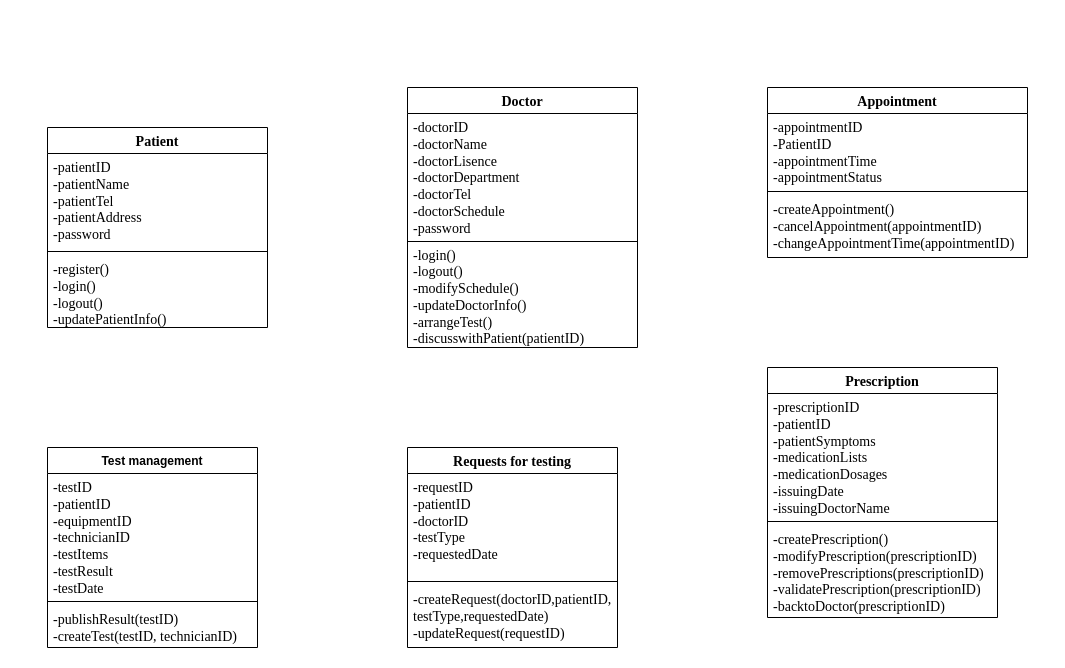
The draw.io diagram Class Diagram_Doctor.drawio in FOMOKN/Software-Engineering, before the edit. Source tidied: cells renumbered, new cells numbered last; positions are measured from the earlier drawing's top-left corner, leaving out a move shared by most shapes. Both pictures are drawn from the tidied source at 100%, with x=0, y=0 at pixel (47, 87).
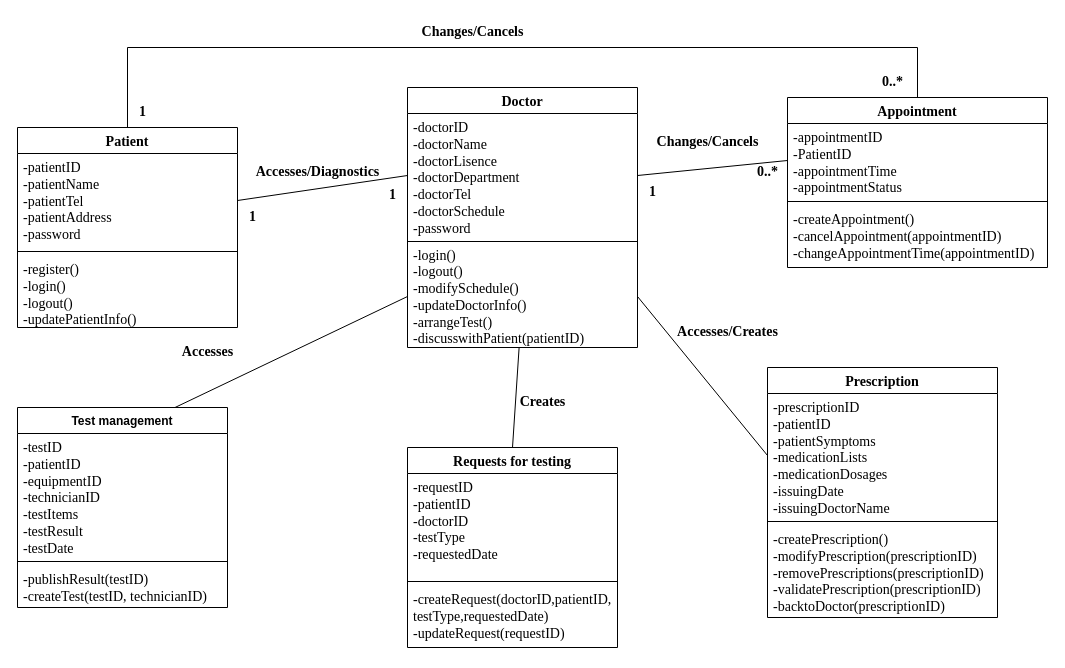
The same diagram, later.

The change refers to these unchanged cells:
```xml
<mxCell id="3" value="-doctorID&lt;br style=&quot;font-size: 14px;&quot;&gt;-doctorName&lt;br&gt;-doctorLisence&lt;br style=&quot;font-size: 14px;&quot;&gt;-doctorDepartment&lt;br style=&quot;font-size: 14px;&quot;&gt;-doctorTel&lt;br style=&quot;font-size: 14px;&quot;&gt;-doctorSchedule&lt;br&gt;-password" style="text;strokeColor=none;fillColor=none;align=left;verticalAlign=top;spacingLeft=4;spacingRight=4;overflow=hidden;points=[[0,0.5],[1,0.5]];portConstraint=eastwest;whiteSpace=wrap;html=1;fontFamily=Times New Roman;fontStyle=0;fontSize=14;" parent="2" vertex="1">
  <mxGeometry y="26" width="230" height="124" as="geometry" />
</mxCell>
<mxCell id="5" value="-login()&lt;br&gt;-logout()&lt;br style=&quot;font-size: 14px;&quot;&gt;-modifySchedule()&lt;br style=&quot;font-size: 14px;&quot;&gt;-updateDoctorInfo()&lt;br style=&quot;font-size: 14px;&quot;&gt;-arrangeTest()&lt;br&gt;-discusswithPatient(patientID)" style="text;strokeColor=none;fillColor=none;align=left;verticalAlign=middle;spacingLeft=4;spacingRight=4;overflow=hidden;points=[[0,0.5],[1,0.5]];portConstraint=eastwest;whiteSpace=wrap;html=1;fontSize=14;fontFamily=Times New Roman;" parent="2" vertex="1">
  <mxGeometry y="158" width="230" height="102" as="geometry" />
</mxCell>
<mxCell id="7" value="-appointmentID&lt;br style=&quot;font-size: 14px;&quot;&gt;-PatientID&lt;br style=&quot;font-size: 14px;&quot;&gt;-appointmentTime&lt;br style=&quot;font-size: 14px;&quot;&gt;-appointmentStatus" style="text;strokeColor=none;fillColor=none;align=left;verticalAlign=top;spacingLeft=4;spacingRight=4;overflow=hidden;points=[[0,0.5],[1,0.5]];portConstraint=eastwest;whiteSpace=wrap;html=1;fontFamily=Times New Roman;fontSize=14;" parent="6" vertex="1">
  <mxGeometry y="26" width="260" height="74" as="geometry" />
</mxCell>
<mxCell id="11" value="&lt;font&gt;-prescriptionID&lt;br&gt;-patientID&lt;br style=&quot;font-size: 14px;&quot;&gt;-patientSymptoms&lt;br style=&quot;font-size: 14px;&quot;&gt;-medicationLists&lt;br style=&quot;font-size: 14px;&quot;&gt;-medicationDosages&lt;br&gt;-issuingDate&lt;br&gt;-issuingDoctorName&lt;/font&gt;" style="text;strokeColor=none;fillColor=none;align=left;verticalAlign=top;spacingLeft=4;spacingRight=4;overflow=hidden;points=[[0,0.5],[1,0.5]];portConstraint=eastwest;whiteSpace=wrap;html=1;fontFamily=Times New Roman;fontSize=14;" parent="10" vertex="1">
  <mxGeometry y="26" width="230" height="124" as="geometry" />
</mxCell>
<mxCell id="14" value="&lt;font style=&quot;font-size: 14px;&quot; face=&quot;Times New Roman&quot;&gt;Requests for testing&lt;/font&gt;" style="swimlane;fontStyle=1;align=center;verticalAlign=top;horizontal=1;startSize=26;whiteSpace=wrap;html=1;" parent="1" vertex="1">
  <mxGeometry x="360" y="360" width="210" height="200" as="geometry" />
</mxCell>
<mxCell id="19" value="-patientID&lt;br style=&quot;font-size: 14px;&quot;&gt;-patientName&lt;br style=&quot;font-size: 14px;&quot;&gt;-patientTel&lt;br style=&quot;font-size: 14px;&quot;&gt;-patientAddress&lt;br style=&quot;font-size: 14px;&quot;&gt;-password" style="text;strokeColor=none;fillColor=none;align=left;verticalAlign=top;spacingLeft=4;spacingRight=4;overflow=hidden;points=[[0,0.5],[1,0.5]];portConstraint=eastwest;whiteSpace=wrap;html=1;fontFamily=Times New Roman;fontSize=14;" parent="18" vertex="1">
  <mxGeometry y="26" width="220" height="94" as="geometry" />
</mxCell>
```

Diff of the diagram source:
```diff
@@
     <mxCell id="6" value="&lt;font face=&quot;Times New Roman&quot; style=&quot;font-size: 14px;&quot;&gt;Appointment&lt;/font&gt;" style="swimlane;fontStyle=1;align=center;verticalAlign=top;horizontal=1;startSize=26;whiteSpace=wrap;html=1;" parent="1" vertex="1">
-      <mxGeometry x="720" width="260" height="170" as="geometry" />
+      <mxGeometry x="740" y="10" width="260" height="170" as="geometry" />
     </mxCell>
@@
     <mxCell id="18" value="Patient" style="swimlane;fontStyle=1;align=center;verticalAlign=top;horizontal=1;startSize=26;whiteSpace=wrap;html=1;fontFamily=Times New Roman;fontSize=14;" parent="1" vertex="1">
-      <mxGeometry y="40" width="220" height="200" as="geometry" />
+      <mxGeometry x="-30" y="40" width="220" height="200" as="geometry" />
     </mxCell>
@@
     <mxCell id="22" value="Test management" style="swimlane;fontStyle=1;align=center;verticalAlign=top;horizontal=1;startSize=26;whiteSpace=wrap;html=1;" parent="1" vertex="1">
-      <mxGeometry y="360" width="210" height="200" as="geometry" />
+      <mxGeometry x="-30" y="320" width="210" height="200" as="geometry" />
     </mxCell>
@@
+    <mxCell id="26" style="endArrow=none;html=1;rounded=0;entryX=0;entryY=0.5;entryDx=0;entryDy=0;exitX=1;exitY=0.5;exitDx=0;exitDy=0;" parent="1" edge="1" source="3" target="7">
+      <mxGeometry relative="1" as="geometry" />
+    </mxCell>
+    <mxCell id="27" style="endArrow=none;html=1;rounded=0;entryX=0;entryY=0.5;entryDx=0;entryDy=0;exitX=1;exitY=0.5;exitDx=0;exitDy=0;" parent="1" edge="1" source="5" target="11">
+      <mxGeometry relative="1" as="geometry" />
+    </mxCell>
+    <mxCell id="28" style="endArrow=none;html=1;rounded=0;entryX=0.5;entryY=0;entryDx=0;entryDy=0;" parent="1" edge="1" source="5" target="14">
+      <mxGeometry relative="1" as="geometry" />
+    </mxCell>
+    <mxCell id="29" value="Changes/Cancels" style="text;html=1;align=center;verticalAlign=middle;strokeColor=none;fillColor=none;fontFamily=Times New Roman;fontStyle=1;fontSize=14;" parent="1" vertex="1">
+      <mxGeometry x="595" y="40" width="130" height="30" as="geometry" />
+    </mxCell>
+    <mxCell id="30" value="1" style="text;html=1;align=center;verticalAlign=middle;strokeColor=none;fillColor=none;fontFamily=Times New Roman;fontStyle=1;fontSize=14;" parent="1" vertex="1">
+      <mxGeometry x="590" y="90" width="30" height="30" as="geometry" />
+    </mxCell>
+    <mxCell id="31" value="0..*" style="text;html=1;align=center;verticalAlign=middle;strokeColor=none;fillColor=none;fontFamily=Times New Roman;fontStyle=1;fontSize=14;" parent="1" vertex="1">
+      <mxGeometry x="700" y="70" width="40" height="30" as="geometry" />
+    </mxCell>
+    <mxCell id="32" style="endArrow=none;html=1;rounded=0;entryX=0;entryY=0.5;entryDx=0;entryDy=0;exitX=1;exitY=0.5;exitDx=0;exitDy=0;" parent="1" edge="1" source="19" target="3">
+      <mxGeometry relative="1" as="geometry" />
+    </mxCell>
+    <mxCell id="33" value="Accesses/Diagnostics" style="text;html=1;align=center;verticalAlign=middle;strokeColor=none;fillColor=none;fontFamily=Times New Roman;fontStyle=1;fontSize=14;" parent="1" vertex="1">
+      <mxGeometry x="195" y="70" width="150" height="30" as="geometry" />
+    </mxCell>
+    <mxCell id="34" style="endArrow=none;html=1;rounded=0;entryX=0;entryY=0.5;entryDx=0;entryDy=0;exitX=0.75;exitY=0;exitDx=0;exitDy=0;" parent="1" edge="1" source="22" target="5">
+      <mxGeometry relative="1" as="geometry" />
+    </mxCell>
+    <mxCell id="35" value="Accesses" style="text;html=1;align=center;verticalAlign=middle;strokeColor=none;fillColor=none;fontFamily=Times New Roman;fontStyle=1;fontSize=14;" parent="1" vertex="1">
+      <mxGeometry x="125" y="250" width="70" height="30" as="geometry" />
+    </mxCell>
+    <mxCell id="36" value="Accesses/Creates" style="text;html=1;align=center;verticalAlign=middle;strokeColor=none;fillColor=none;fontStyle=1;fontFamily=Times New Roman;fontSize=14;" parent="1" vertex="1">
+      <mxGeometry x="620" y="230" width="120" height="30" as="geometry" />
+    </mxCell>
+    <mxCell id="37" value="&lt;b&gt;&lt;font face=&quot;Times New Roman&quot; style=&quot;font-size: 14px;&quot;&gt;Creates&lt;/font&gt;&lt;/b&gt;" style="text;html=1;align=center;verticalAlign=middle;strokeColor=none;fillColor=none;" parent="1" vertex="1">
+      <mxGeometry x="460" y="300" width="70" height="30" as="geometry" />
+    </mxCell>
+    <mxCell id="38" value="1" style="text;html=1;align=center;verticalAlign=middle;strokeColor=none;fillColor=none;fontFamily=Times New Roman;fontStyle=1;fontSize=14;" parent="1" vertex="1">
+      <mxGeometry x="330" y="93" width="30" height="30" as="geometry" />
+    </mxCell>
+    <mxCell id="39" value="1" style="text;html=1;align=center;verticalAlign=middle;strokeColor=none;fillColor=none;fontFamily=Times New Roman;fontStyle=1;fontSize=14;" parent="1" vertex="1">
+      <mxGeometry x="190" y="115" width="30" height="30" as="geometry" />
+    </mxCell>
+    <mxCell id="40" value="Changes/Cancels" style="text;html=1;align=center;verticalAlign=middle;strokeColor=none;fillColor=none;fontFamily=Times New Roman;fontStyle=1;fontSize=14;" parent="1" vertex="1">
+      <mxGeometry x="360" y="-70" width="130" height="30" as="geometry" />
+    </mxCell>
+    <mxCell id="41" style="endArrow=none;html=1;rounded=0;exitX=0.5;exitY=0;exitDx=0;exitDy=0;entryX=0.5;entryY=0;entryDx=0;entryDy=0;" parent="1" edge="1" source="18" target="6">
+      <mxGeometry relative="1" as="geometry">
+        <Array as="points">
+          <mxPoint x="80" y="-40" />
+          <mxPoint x="870" y="-40" />
+        </Array>
+      </mxGeometry>
+    </mxCell>
+    <mxCell id="42" value="1" style="text;html=1;align=center;verticalAlign=middle;strokeColor=none;fillColor=none;fontFamily=Times New Roman;fontStyle=1;fontSize=14;" parent="1" vertex="1">
+      <mxGeometry x="80" y="10" width="30" height="30" as="geometry" />
+    </mxCell>
+    <mxCell id="43" value="0..*" style="text;html=1;align=center;verticalAlign=middle;strokeColor=none;fillColor=none;fontFamily=Times New Roman;fontStyle=1;fontSize=14;" parent="1" vertex="1">
+      <mxGeometry x="825" y="-20" width="40" height="30" as="geometry" />
+    </mxCell>
```
